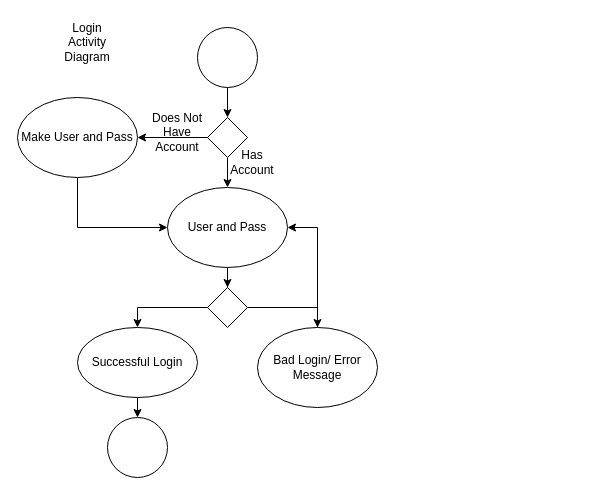
Above: loginactivitydiagram.drawio in Glizzus/COMP-3700 (draw.io), before the change. Source tidied: cells renumbered, new cells numbered last; positions are measured from the earlier drawing's top-left corner, leaving out a move shared by most shapes. Both pictures are drawn from the tidied source at 100%, with x=0, y=0 at pixel (17, 27).
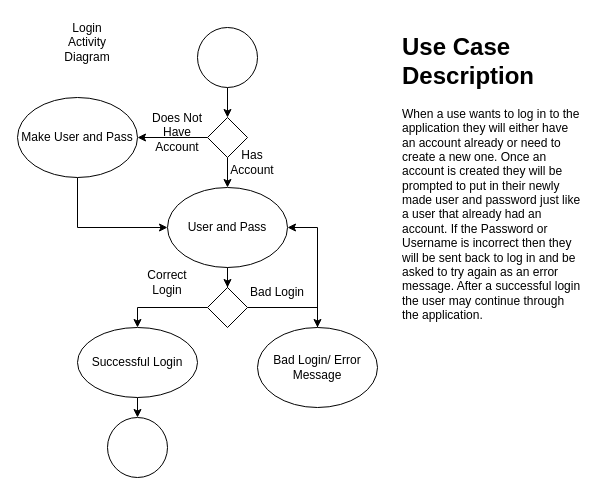
Above is the later version.

Commit message:
Added activity diagram for login with description

What changed in the source:
```diff
@@
+    <mxCell id="22" value="&lt;h1&gt;Use Case Description&lt;/h1&gt;&lt;p&gt;When a use wants to log in to the application they will either have an account already or need to create a new one. Once an account is created they will be prompted to put in their newly made user and password just like a user that already had an account. If the Password or Username is incorrect then they will be sent back to log in and be asked to try again as an error message. After a successful login the user may continue through the application.&lt;/p&gt;" style="text;html=1;strokeColor=none;fillColor=none;spacing=5;spacingTop=-20;whiteSpace=wrap;overflow=hidden;rounded=0;" parent="1" vertex="1">
+      <mxGeometry x="380" width="190" height="300" as="geometry" />
+    </mxCell>
+    <mxCell id="23" value="Correct Login" style="text;html=1;strokeColor=none;fillColor=none;align=center;verticalAlign=middle;whiteSpace=wrap;rounded=0;" parent="1" vertex="1">
+      <mxGeometry x="120" y="240" width="60" height="30" as="geometry" />
+    </mxCell>
+    <mxCell id="24" value="Bad Login" style="text;html=1;strokeColor=none;fillColor=none;align=center;verticalAlign=middle;whiteSpace=wrap;rounded=0;" parent="1" vertex="1">
+      <mxGeometry x="230" y="250" width="60" height="30" as="geometry" />
+    </mxCell>
```
